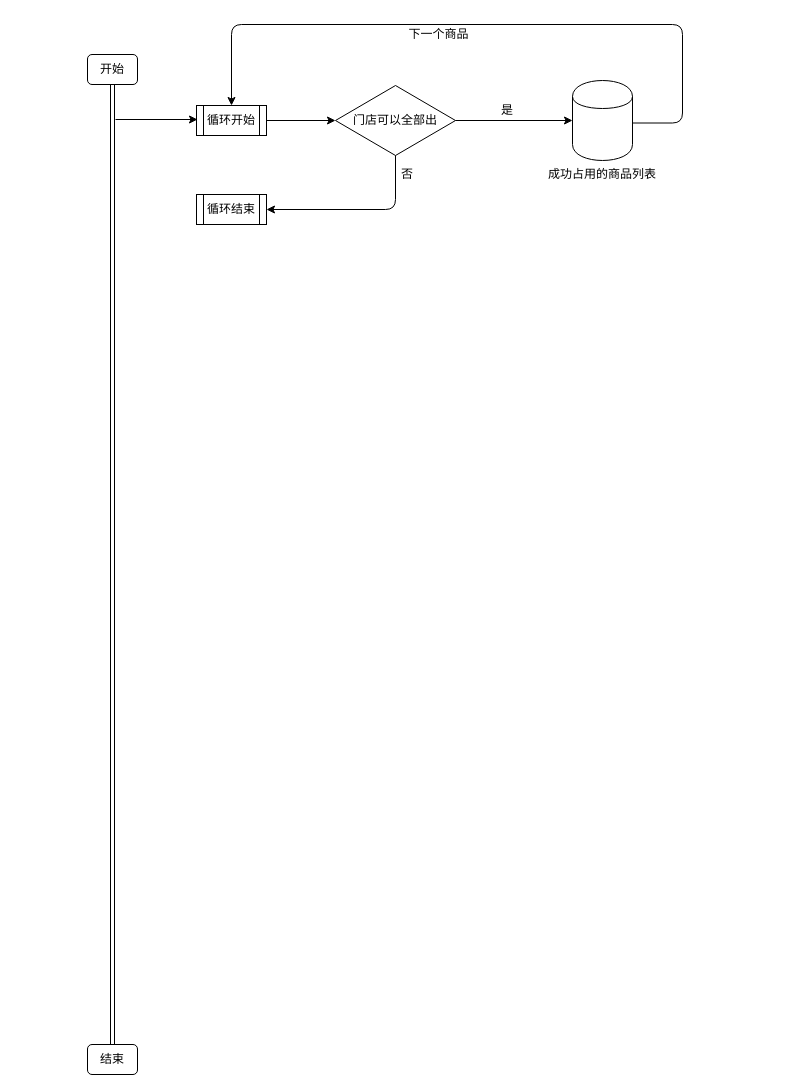
Earlier version of the draw.io diagram Untitled Diagram.drawio (zhongss404/flow). Source tidied: cells renumbered, new cells numbered last; positions are measured from the earlier drawing's top-left corner, leaving out a move shared by most shapes. Both pictures are drawn from the tidied source at 100%, with x=0, y=0 at pixel (87, 24).
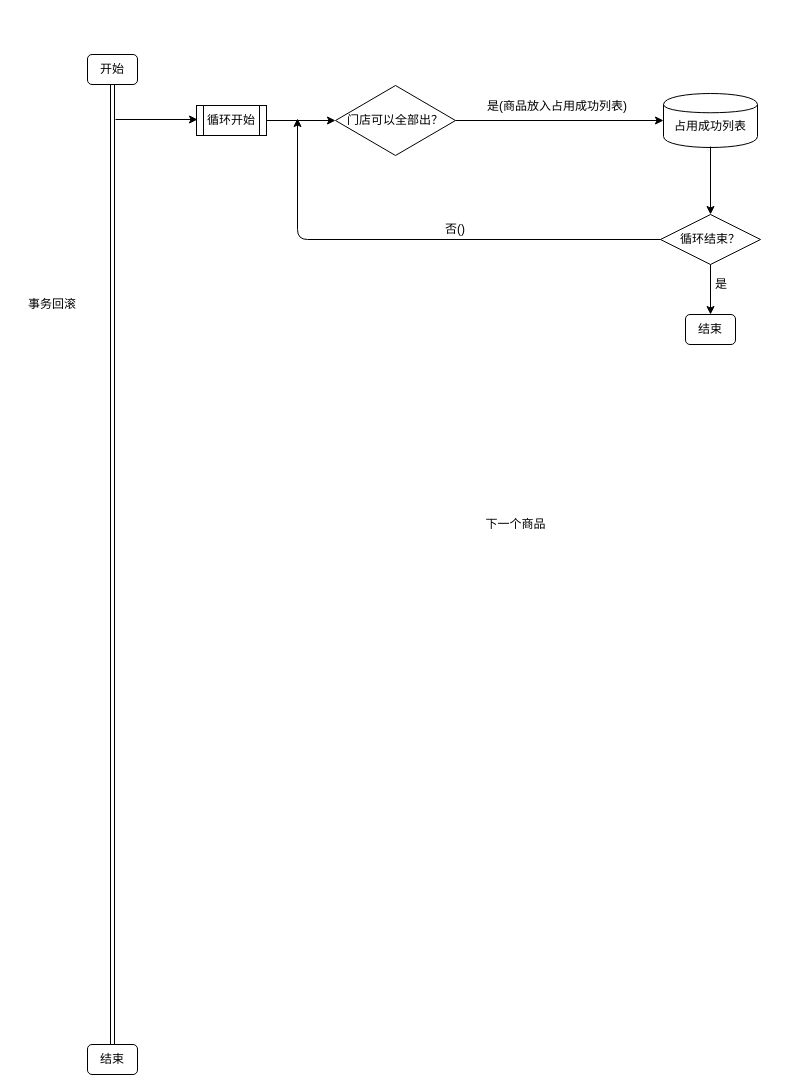
After the change.

Unchanged cells that the change refers to:
```xml
<mxCell id="13" value="循环开始" style="shape=process;whiteSpace=wrap;html=1;backgroundOutline=1;" parent="1" vertex="1">
  <mxGeometry x="109" y="81" width="70" height="30" as="geometry" />
</mxCell>
```

Change to the diagram source:
```diff
@@
-    <mxCell id="2" value="门店可以全部出" style="rhombus;whiteSpace=wrap;html=1;" parent="1" vertex="1">
+    <mxCell id="2" value="门店可以全部出？" style="rhombus;whiteSpace=wrap;html=1;" parent="1" vertex="1">
       <mxGeometry x="248" y="61" width="120" height="70" as="geometry" />
     </mxCell>
@@
-    <mxCell id="5" value="是" style="text;html=1;strokeColor=none;fillColor=none;align=center;verticalAlign=middle;whiteSpace=wrap;rounded=0;" parent="1" vertex="1">
-      <mxGeometry x="400" y="76" width="40" height="20" as="geometry" />
-    </mxCell>
-    <mxCell id="6" style="endArrow=classic;html=1;entryX=0.5;entryY=0;entryDx=0;entryDy=0;" parent="1" edge="1" target="13">
-      <mxGeometry relative="1" as="geometry">
-        <mxPoint x="545" y="98.5" as="sourcePoint" />
-        <Array as="points">
-          <mxPoint x="595" y="98.5" />
-          <mxPoint x="595" />
-          <mxPoint x="144" />
-        </Array>
-      </mxGeometry>
-    </mxCell>
+    <mxCell id="18" value="结束" style="rounded=1;whiteSpace=wrap;html=1;" parent="1" vertex="1">
+      <mxGeometry x="598" y="290" width="50" height="30" as="geometry" />
+    </mxCell>
-    <mxCell id="7" value="否" style="text;html=1;strokeColor=none;fillColor=none;align=center;verticalAlign=middle;whiteSpace=wrap;rounded=0;" parent="1" vertex="1">
-      <mxGeometry x="300" y="140" width="40" height="20" as="geometry" />
+    <mxCell id="7" value="否()" style="text;html=1;strokeColor=none;fillColor=none;align=center;verticalAlign=middle;whiteSpace=wrap;rounded=0;" parent="1" vertex="1">
+      <mxGeometry x="348" y="195" width="40" height="20" as="geometry" />
     </mxCell>
@@
     <mxCell id="10" style="shape=cylinder;whiteSpace=wrap;html=1;boundedLbl=1;backgroundOutline=1;" parent="1" vertex="1">
-      <mxGeometry x="485" y="56" width="60" height="80" as="geometry" />
+      <mxGeometry x="576" y="69" width="94" height="54" as="geometry" />
     </mxCell>
@@
-    <mxCell id="12" value="成功占用的商品列表" style="text;html=1;strokeColor=none;fillColor=none;align=center;verticalAlign=middle;whiteSpace=wrap;rounded=0;" parent="1" vertex="1">
-      <mxGeometry x="450" y="140" width="130" height="20" as="geometry" />
+    <mxCell id="12" value="占用成功列表" style="text;html=1;strokeColor=none;fillColor=none;align=center;verticalAlign=middle;whiteSpace=wrap;rounded=0;" parent="1" vertex="1">
+      <mxGeometry x="558" y="92" width="130" height="20" as="geometry" />
     </mxCell>
@@
-    <mxCell id="14" value="循环结束" style="shape=process;whiteSpace=wrap;html=1;backgroundOutline=1;" parent="1" vertex="1">
-      <mxGeometry x="109" y="170" width="70" height="30" as="geometry" />
-    </mxCell>
@@
     <mxCell id="16" value="下一个商品" style="text;html=1;strokeColor=none;fillColor=none;align=center;verticalAlign=middle;whiteSpace=wrap;rounded=0;" parent="1" vertex="1">
-      <mxGeometry x="313" width="77" height="20" as="geometry" />
+      <mxGeometry x="390" y="490" width="77" height="20" as="geometry" />
     </mxCell>
-    <mxCell id="17" style="endArrow=classic;html=1;exitX=0.5;exitY=1;exitDx=0;exitDy=0;entryX=1;entryY=0.5;entryDx=0;entryDy=0;" parent="1" edge="1" source="2" target="14">
-      <mxGeometry relative="1" as="geometry">
-        <Array as="points">
-          <mxPoint x="308" y="185" />
-        </Array>
-      </mxGeometry>
-    </mxCell>
+    <mxCell id="19" value="事务回滚" style="text;html=1;strokeColor=none;fillColor=none;align=center;verticalAlign=middle;whiteSpace=wrap;rounded=0;" parent="1" vertex="1">
+      <mxGeometry x="-70" y="270" width="70" height="20" as="geometry" />
+    </mxCell>
+    <mxCell id="20" value="是(商品放入占用成功列表)" style="text;html=1;strokeColor=none;fillColor=none;align=center;verticalAlign=middle;whiteSpace=wrap;rounded=0;" parent="1" vertex="1">
+      <mxGeometry x="390" y="72" width="160" height="20" as="geometry" />
+    </mxCell>
+    <mxCell id="21" value="循环结束？" style="rhombus;whiteSpace=wrap;html=1;" parent="1" vertex="1">
+      <mxGeometry x="573" y="190" width="100" height="50" as="geometry" />
+    </mxCell>
+    <mxCell id="22" style="endArrow=classic;html=1;" parent="1" edge="1" target="21">
+      <mxGeometry relative="1" as="geometry">
+        <mxPoint x="623" y="122" as="sourcePoint" />
+      </mxGeometry>
+    </mxCell>
+    <mxCell id="23" style="endArrow=classic;html=1;entryX=0.5;entryY=0;entryDx=0;entryDy=0;" parent="1" edge="1">
+      <mxGeometry relative="1" as="geometry">
+        <mxPoint x="623" y="240" as="sourcePoint" />
+        <mxPoint x="623" y="290" as="targetPoint" />
+      </mxGeometry>
+    </mxCell>
+    <mxCell id="5" value="是" style="text;html=1;strokeColor=none;fillColor=none;align=center;verticalAlign=middle;whiteSpace=wrap;rounded=0;" parent="1" vertex="1">
+      <mxGeometry x="613.5" y="250" width="40" height="20" as="geometry" />
+    </mxCell>
+    <mxCell id="24" style="endArrow=classic;html=1;exitX=0;exitY=0.5;exitDx=0;exitDy=0;" parent="1" edge="1" source="21">
+      <mxGeometry relative="1" as="geometry">
+        <mxPoint x="210" y="94" as="targetPoint" />
+        <Array as="points">
+          <mxPoint x="210" y="215" />
+        </Array>
+      </mxGeometry>
+    </mxCell>
```
